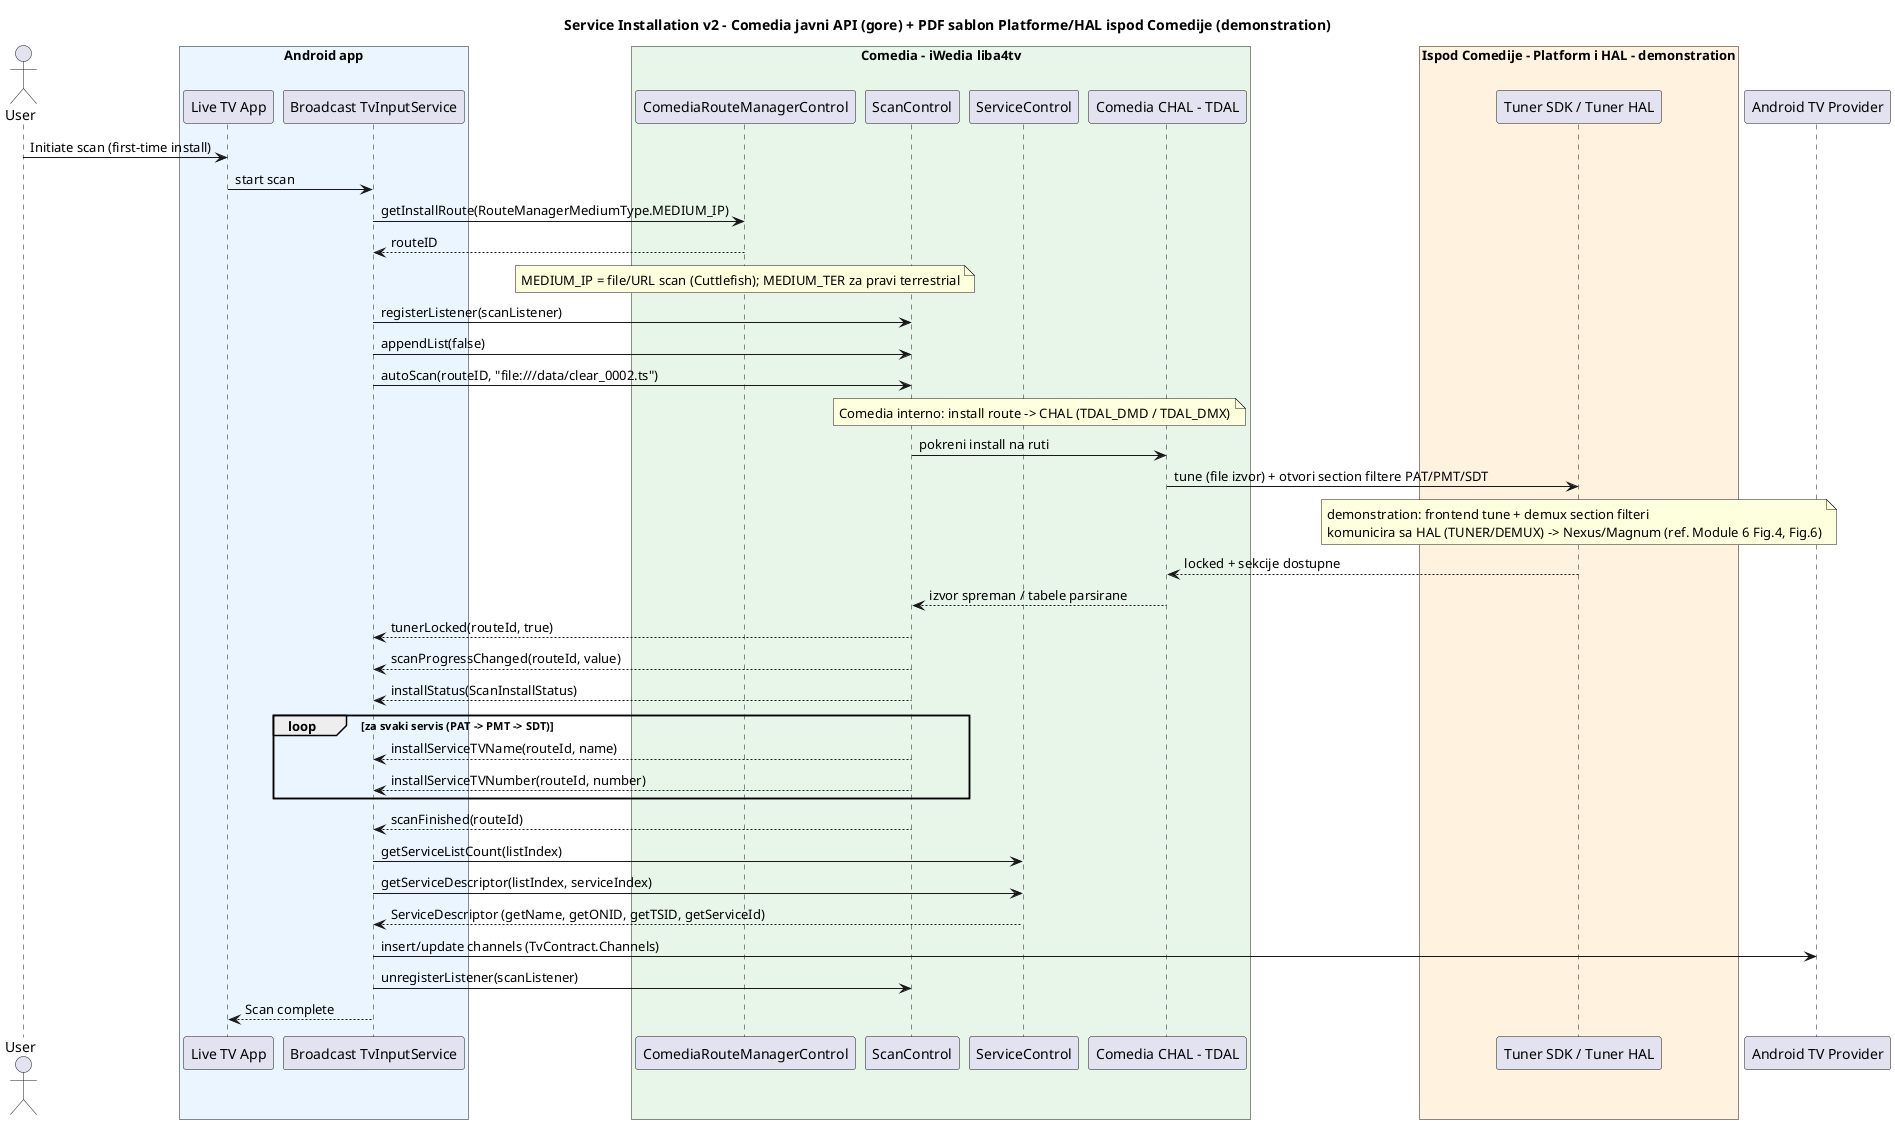
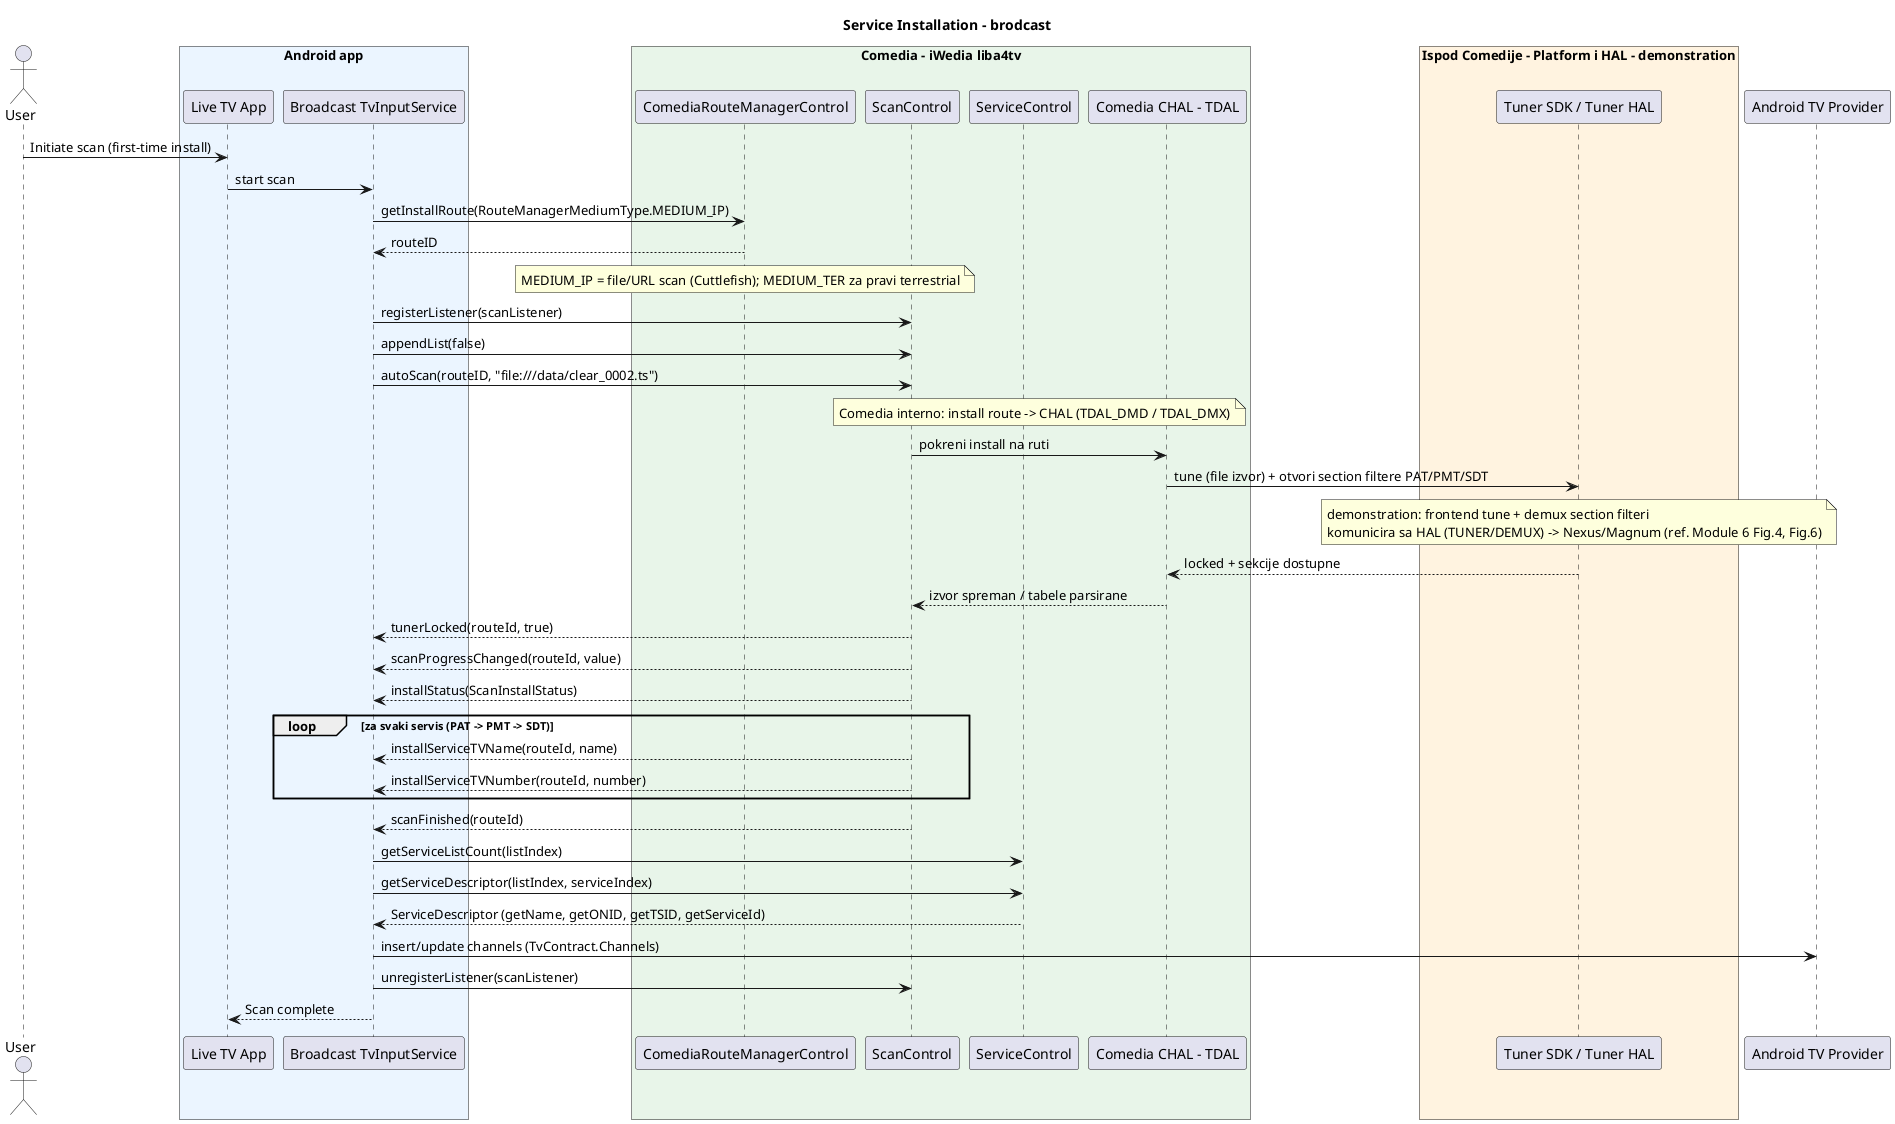
@startuml sequence_service_installation_liba4tv_v2
- title Service Installation v2 - Comedia javni API (gore) + PDF sablon Platforme/HAL ispod Comedije (demonstration)
+ title Service Installation - brodcast
' Sabloni: Module 5 Fig.3, Module 6 Fig.2/3 (platform/HAL), Fig.4 (tune), Fig.6 (table parsing), Module 7 Fig.4 (scan)

actor User
box "Android app" #EBF5FF
  participant "Live TV App" as App
  participant "Broadcast TvInputService" as TIS
end box
box "Comedia - iWedia liba4tv" #E8F5E9
  participant "ComediaRouteManagerControl" as ROUTE
  participant "ScanControl" as SCAN
  participant "ServiceControl" as SVC
  participant "Comedia CHAL - TDAL" as CHAL
end box
box "Ispod Comedije - Platform i HAL - demonstration" #FFF3E0
  participant "Tuner SDK / Tuner HAL" as TSDK
end box
participant "Android TV Provider" as TVP

User -> App : Initiate scan (first-time install)
App -> TIS : start scan
TIS -> ROUTE : getInstallRoute(RouteManagerMediumType.MEDIUM_IP)
ROUTE --> TIS : routeID
note over ROUTE : MEDIUM_IP = file/URL scan (Cuttlefish); MEDIUM_TER za pravi terrestrial
TIS -> SCAN : registerListener(scanListener)
TIS -> SCAN : appendList(false)
TIS -> SCAN : autoScan(routeID, "file:///data/clear_0002.ts")

note over SCAN,CHAL : Comedia interno: install route -> CHAL (TDAL_DMD / TDAL_DMX)
SCAN -> CHAL : pokreni install na ruti
CHAL -> TSDK : tune (file izvor) + otvori section filtere PAT/PMT/SDT
note over TSDK : demonstration: frontend tune + demux section filteri\nkomunicira sa HAL (TUNER/DEMUX) -> Nexus/Magnum (ref. Module 6 Fig.4, Fig.6)
TSDK --> CHAL : locked + sekcije dostupne
CHAL --> SCAN : izvor spreman / tabele parsirane

SCAN --> TIS : tunerLocked(routeId, true)
SCAN --> TIS : scanProgressChanged(routeId, value)
SCAN --> TIS : installStatus(ScanInstallStatus)
loop za svaki servis (PAT -> PMT -> SDT)
  SCAN --> TIS : installServiceTVName(routeId, name)
  SCAN --> TIS : installServiceTVNumber(routeId, number)
end
SCAN --> TIS : scanFinished(routeId)

TIS -> SVC : getServiceListCount(listIndex)
TIS -> SVC : getServiceDescriptor(listIndex, serviceIndex)
SVC --> TIS : ServiceDescriptor (getName, getONID, getTSID, getServiceId)
TIS -> TVP : insert/update channels (TvContract.Channels)
TIS -> SCAN : unregisterListener(scanListener)
TIS --> App : Scan complete
@enduml
